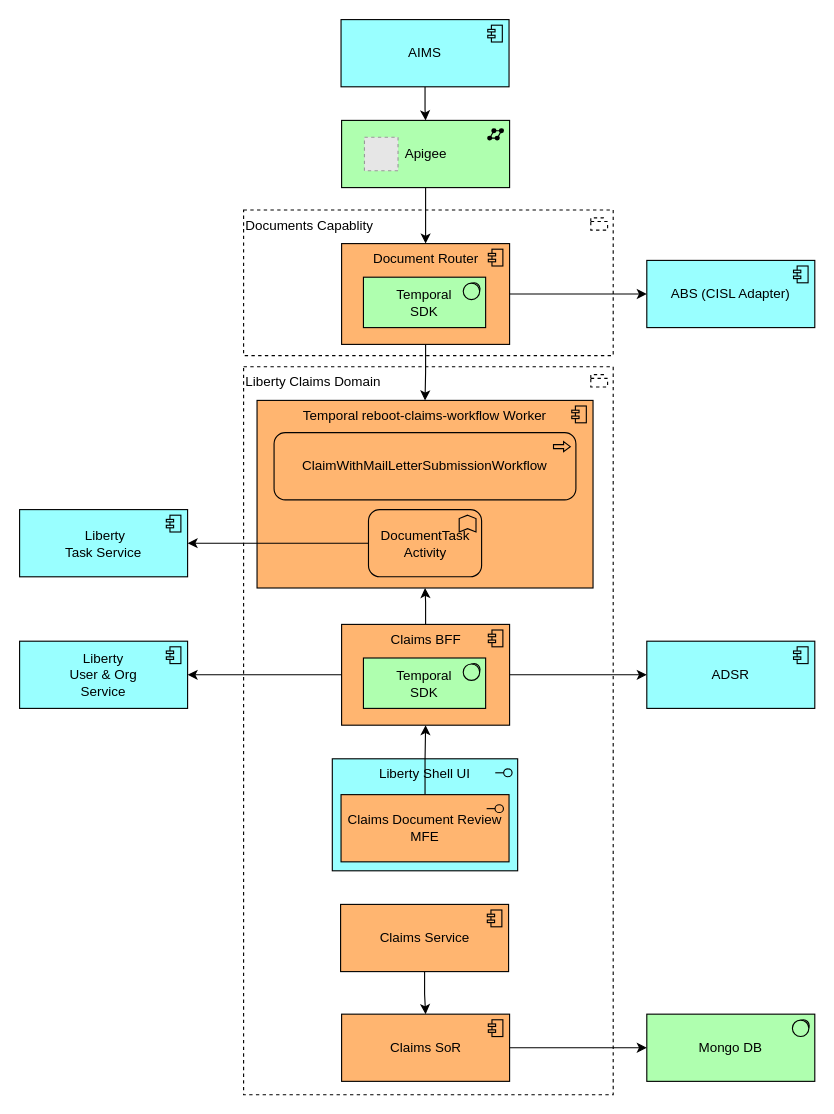
Earlier version of the draw.io diagram Liberty/Claim/ClaimSubmissionArchitecture.drawio (mswist/draw.io). Source tidied: cells renumbered, new cells numbered last; positions are measured from the earlier drawing's top-left corner, leaving out a move shared by most shapes. Both pictures are drawn from the tidied source at 112%, with x=0, y=0 at pixel (19, 19). Pictures stored in the file or linked from it are replaced by grey dashed boxes.
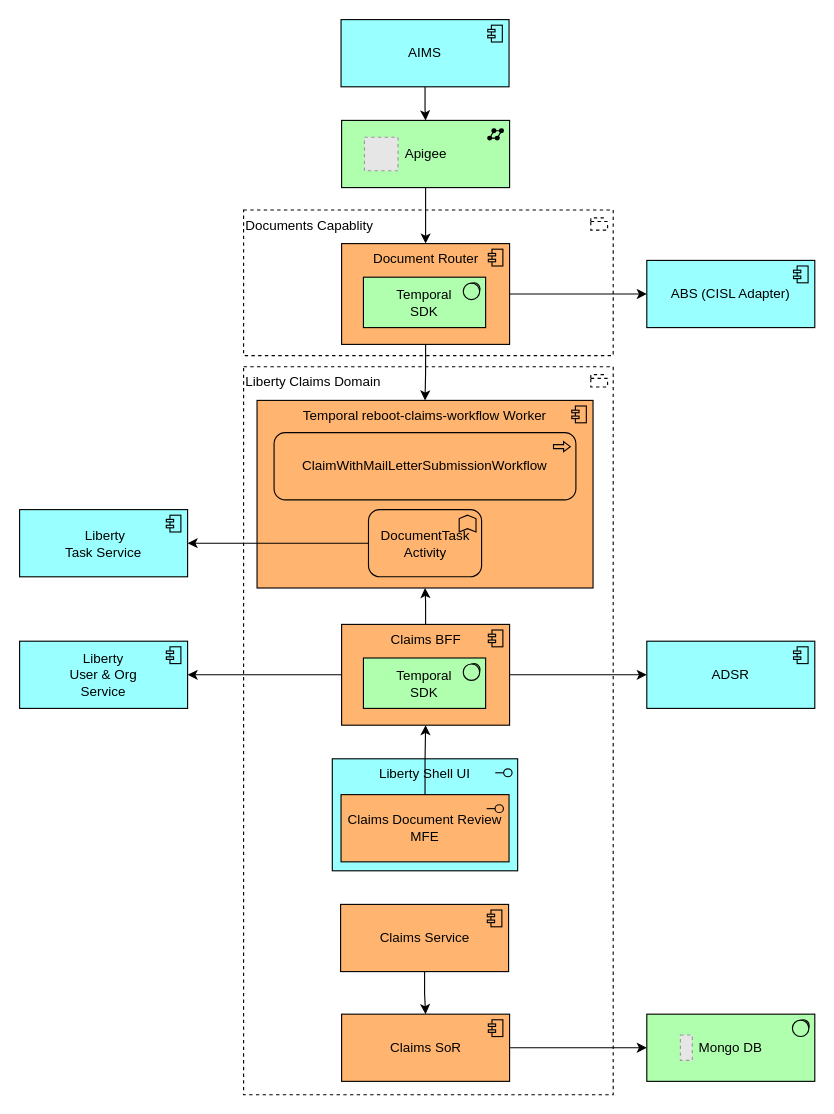
The same diagram, later.

What changed in the source:
```diff
@@
+    <mxCell id="35" style="fillColor=#E6E6E6;strokeColor=#999999;dashed=1;verticalLabelPosition=bottom;verticalAlign=top;" parent="1" vertex="1">
+      <mxGeometry x="590" y="906.6" width="10.6" height="22.7" as="geometry" />
+    </mxCell>
```
